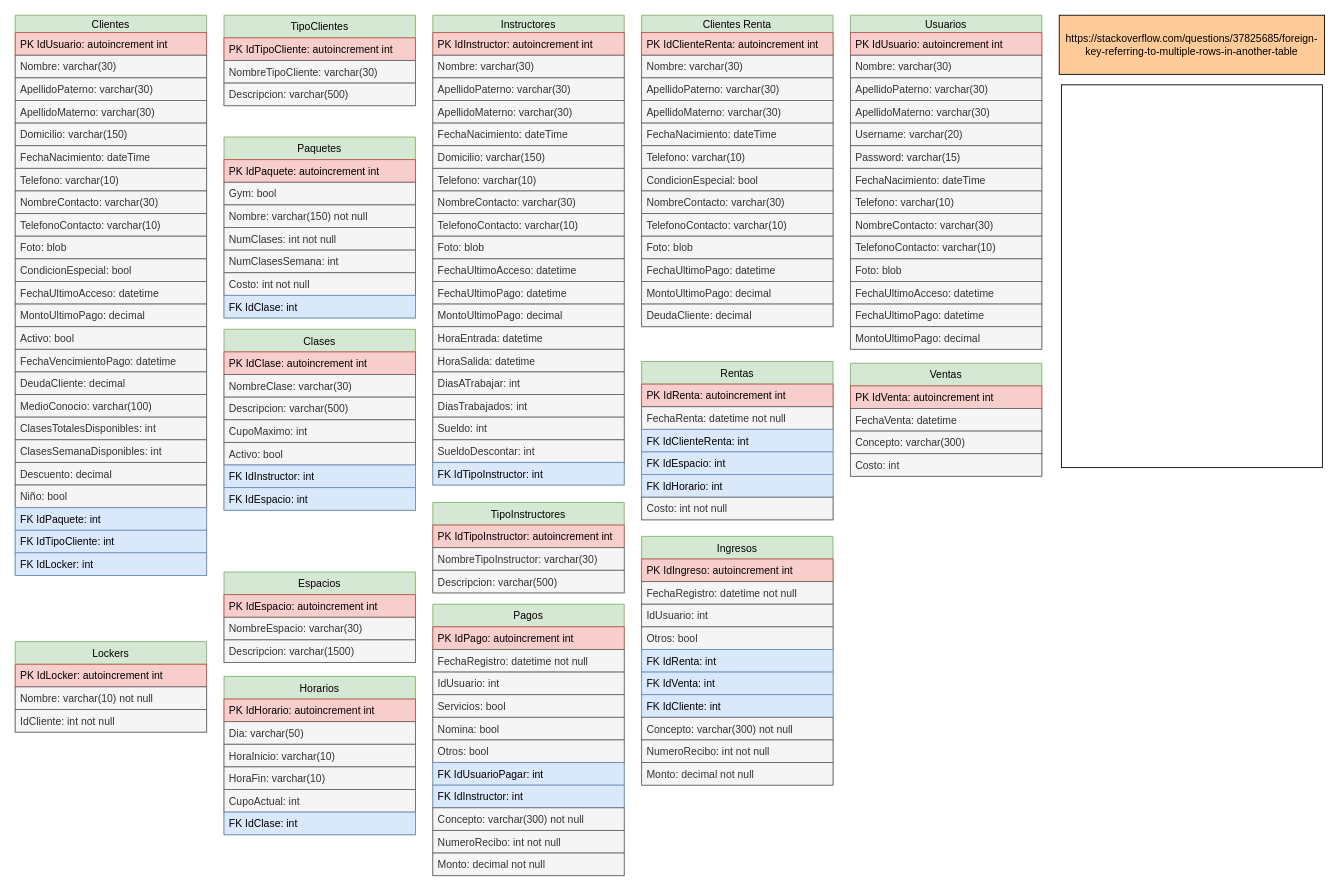
Above: page "Base de Datos" (1 of 3) of GymCastillo/Docs/Diagrams/Database.drawio in Fwxzxh/GymCastillo (draw.io), before the change. Source tidied: cells renumbered, new cells numbered last; positions are measured from the earlier drawing's top-left corner, leaving out a move shared by most shapes. Both pictures are drawn from the tidied source at 87%, with x=0, y=0 at pixel (15, 15).
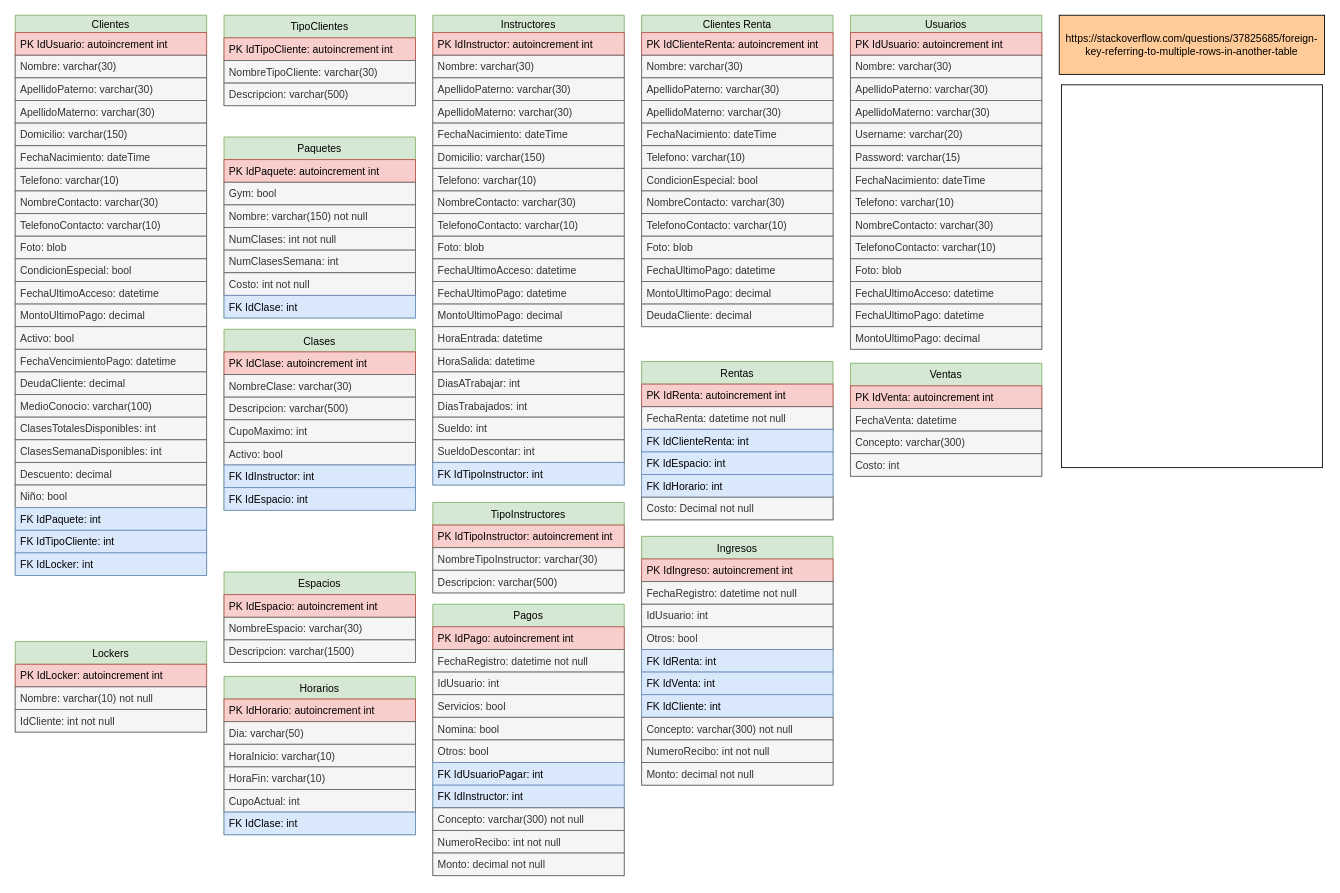
Above is the later version.

Unchanged cells that the change refers to:
```xml
<mxCell id="117" value="Rentas" style="swimlane;fontStyle=0;horizontal=1;startSize=26;fillColor=#d5e8d4;strokeColor=#82b366;" parent="1" vertex="1">
  <mxGeometry x="720" y="398" width="220" height="182" as="geometry" />
</mxCell>
```

Diff of the diagram source:
```diff
@@
-    <mxCell id="123" value="Costo: int not null" style="text;strokeColor=#666666;fillColor=#f5f5f5;align=left;verticalAlign=top;spacingLeft=4;spacingRight=4;overflow=hidden;fontColor=#333333;" parent="117" vertex="1">
+    <mxCell id="123" value="Costo: Decimal not null" style="text;strokeColor=#666666;fillColor=#f5f5f5;align=left;verticalAlign=top;spacingLeft=4;spacingRight=4;overflow=hidden;fontColor=#333333;" parent="117" vertex="1">
       <mxGeometry y="156" width="220" height="26" as="geometry" />
     </mxCell>
```
